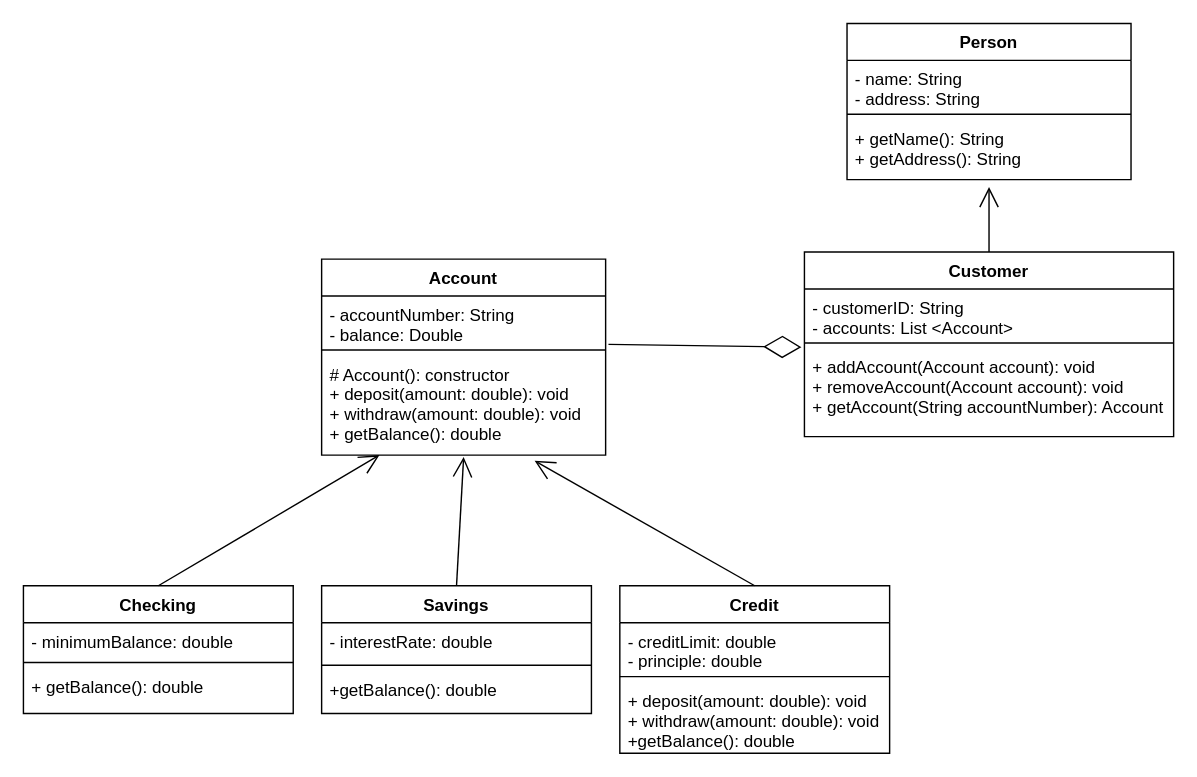
The draw.io diagram UML Diagrams/UML Class Diagram.drawio in V00D00M/El-Paso-Miners-Bank, before the edit. Source tidied: cells renumbered, new cells numbered last; positions are measured from the earlier drawing's top-left corner, leaving out a move shared by most shapes. Both pictures are drawn from the tidied source at 142%, with x=0, y=0 at pixel (23, 23).
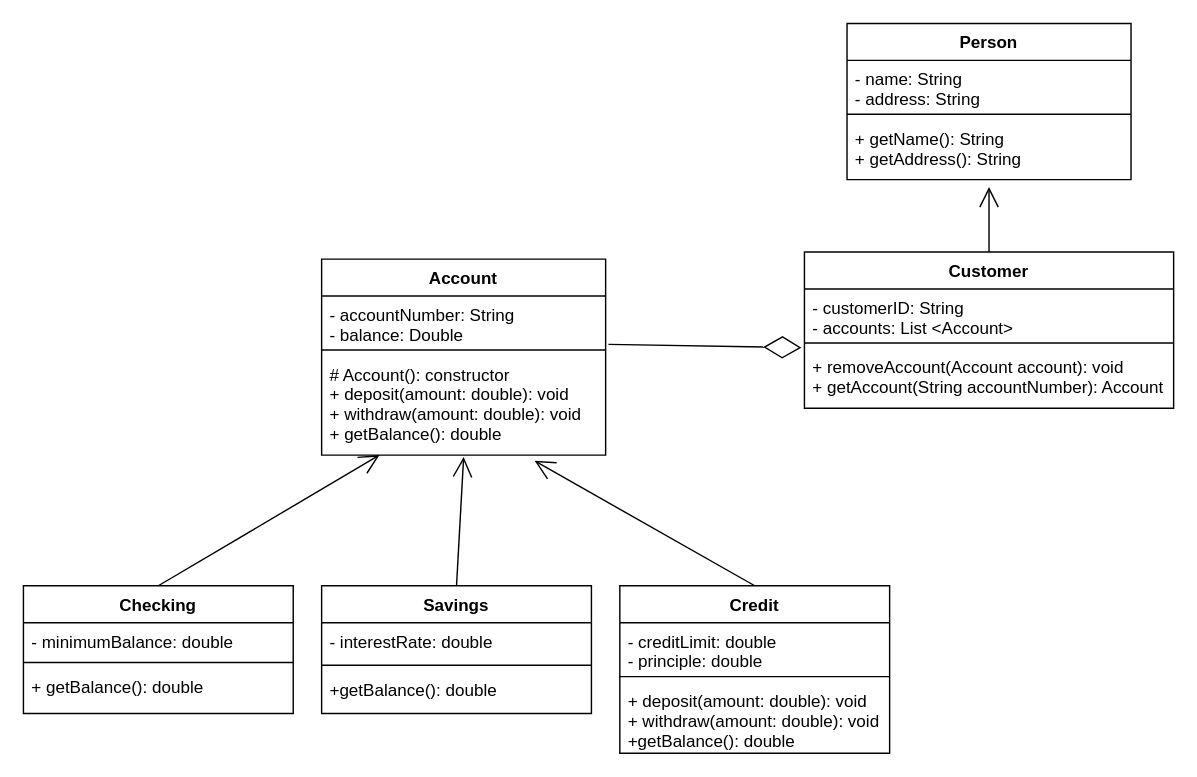
Above is the later version.

Change to the diagram source:
```diff
@@
     <mxCell id="28" value="Customer" style="swimlane;fontStyle=1;align=center;verticalAlign=top;horizontal=1;startSize=26;" parent="1" vertex="1">
-      <mxGeometry x="550" y="161" width="260" height="130" as="geometry" />
+      <mxGeometry x="550" y="161" width="260" height="110" as="geometry" />
     </mxCell>
@@
-    <mxCell id="31" value="+ addAccount(Account account): void&#10;+ removeAccount(Account account): void&#10;+ getAccount(String accountNumber): Account" style="text;strokeColor=none;fillColor=none;align=left;verticalAlign=top;spacingLeft=4;spacingRight=4;overflow=hidden;points=[[0,0.5],[1,0.5]];portConstraint=eastwest;" parent="28" vertex="1">
-      <mxGeometry y="68" width="260" height="62" as="geometry" />
+    <mxCell id="31" value="+ removeAccount(Account account): void&#10;+ getAccount(String accountNumber): Account" style="text;strokeColor=none;fillColor=none;align=left;verticalAlign=top;spacingLeft=4;spacingRight=4;overflow=hidden;points=[[0,0.5],[1,0.5]];portConstraint=eastwest;" parent="28" vertex="1">
+      <mxGeometry y="68" width="260" height="42" as="geometry" />
     </mxCell>
```
